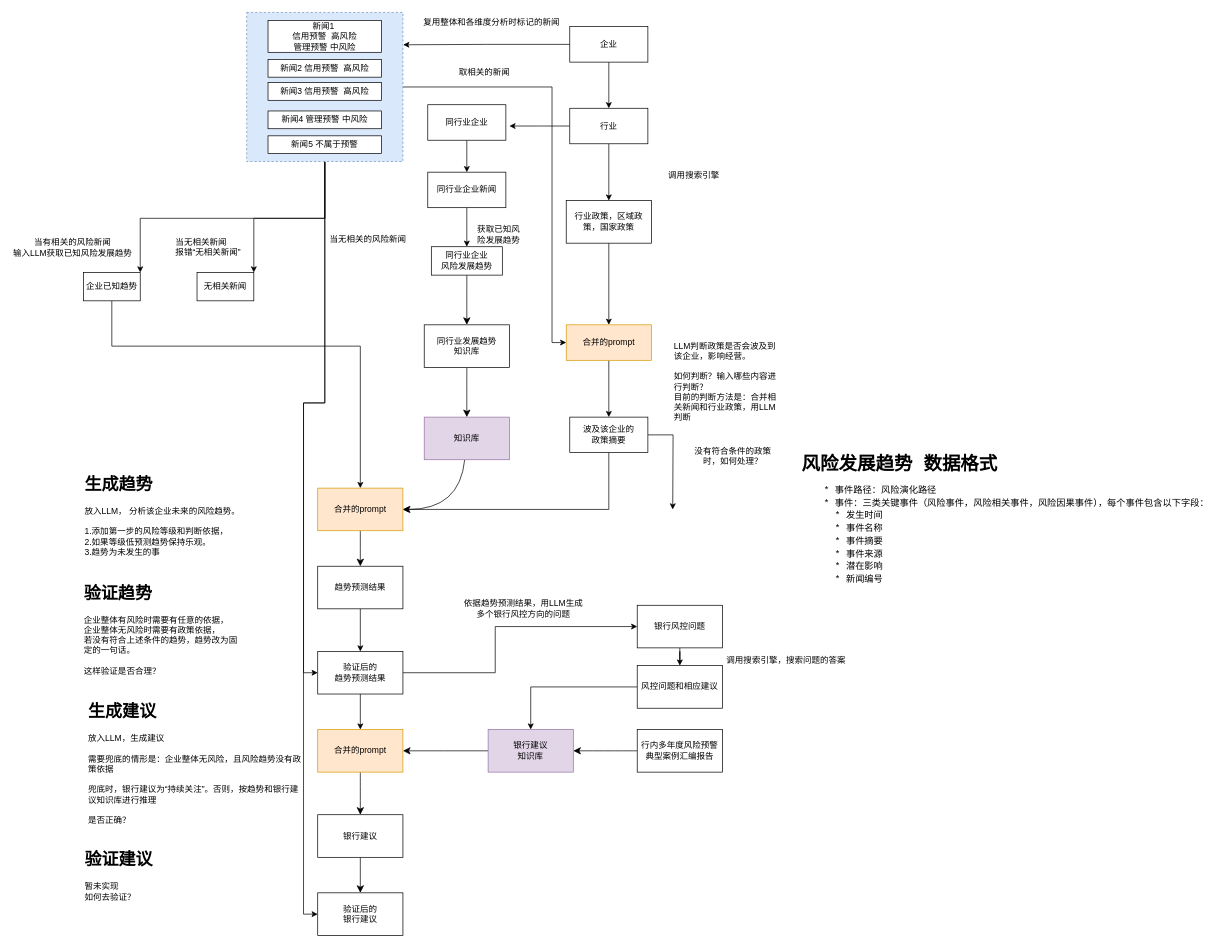
Before: page "趋势预测" (1 of 2) of 舆情分析.drawio in brothermaster/draw, a draw.io diagram. Source tidied: cells renumbered, new cells numbered last; positions are measured from the earlier drawing's top-left corner, leaving out a move shared by most shapes. Both pictures are drawn from the tidied source at 71%, with x=0, y=0 at pixel (12, 12).
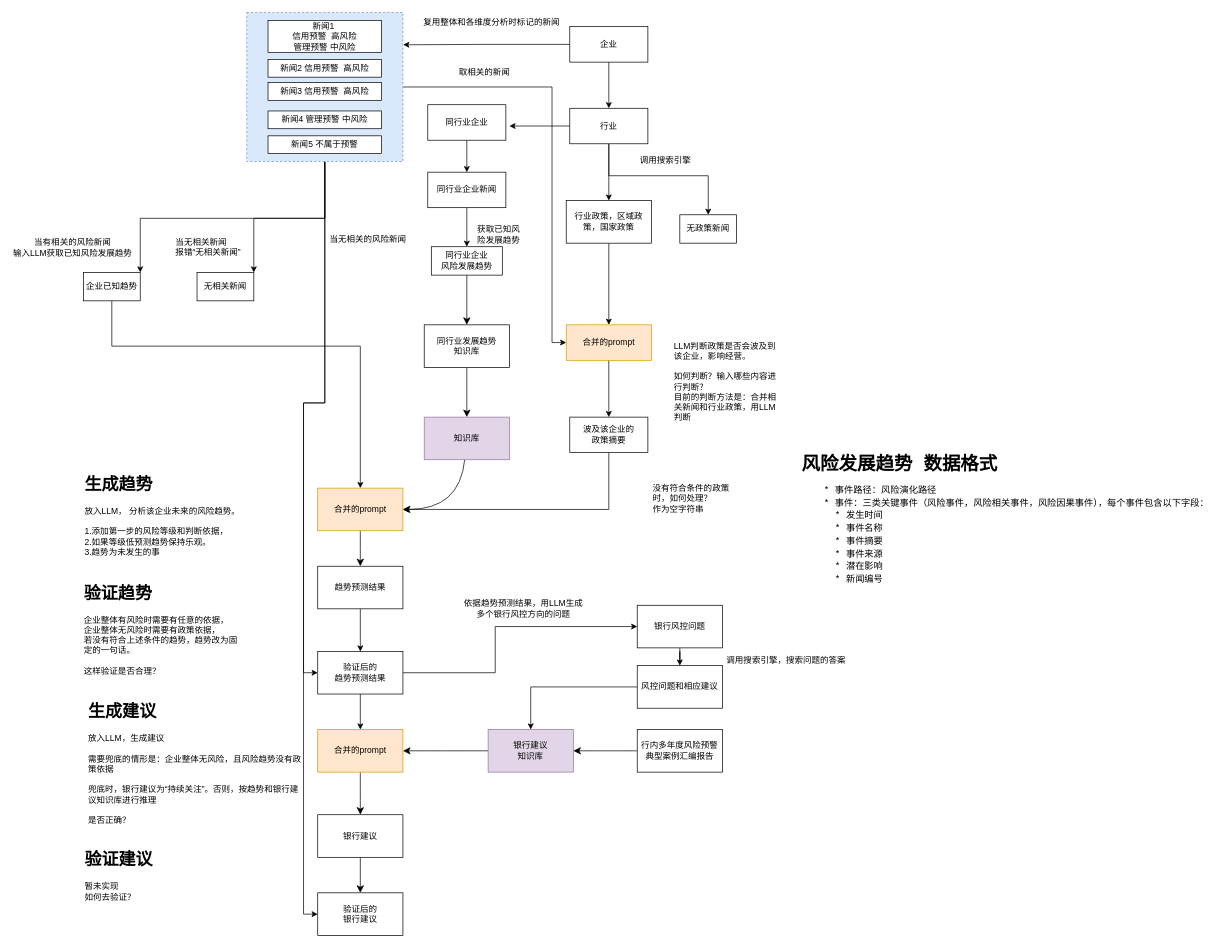
Above is the later version.

The change refers to these unchanged cells:
```xml
<mxCell id="46" value="行业" style="html=1;whiteSpace=wrap;" parent="1" vertex="1">
  <mxGeometry x="785" y="135" width="110" height="50" as="geometry" />
</mxCell>
<mxCell id="73" value="波及该企业的&lt;br&gt;政策摘要" style="html=1;whiteSpace=wrap;" parent="1" vertex="1">
  <mxGeometry x="785" y="570" width="110" height="50" as="geometry" />
</mxCell>
```

Diff of the diagram source:
```diff
@@
+    <mxCell id="76" style="edgeStyle=orthogonalEdgeStyle;rounded=0;jettySize=auto;html=1;entryX=0.5;entryY=0;entryDx=0;entryDy=0;" parent="1" edge="1" source="46" target="77">
+      <mxGeometry relative="1" as="geometry">
+        <Array as="points">
+          <mxPoint x="840" y="230" />
+          <mxPoint x="980" y="230" />
+        </Array>
+      </mxGeometry>
+    </mxCell>
@@
     <mxCell id="49" value="&lt;span&gt;&lt;font&gt;&lt;font style=&quot;color: rgb(0, 0, 0);&quot;&gt;调用搜索引擎&lt;/font&gt;&lt;/font&gt;&lt;/span&gt;" style="text;html=1;align=center;verticalAlign=middle;whiteSpace=wrap;rounded=0;" parent="1" vertex="1">
-      <mxGeometry x="850" y="220" width="220" height="20" as="geometry" />
+      <mxGeometry x="860" y="198.8" width="120" height="21.2" as="geometry" />
     </mxCell>
@@
-    <mxCell id="72" style="edgeStyle=orthogonalEdgeStyle;rounded=0;jettySize=auto;html=1;" parent="1" edge="1" source="73">
-      <mxGeometry relative="1" as="geometry">
-        <mxPoint x="930" y="700" as="targetPoint" />
-      </mxGeometry>
-    </mxCell>
@@
-    <mxCell id="75" value="没有符合条件的政策时，如何处理？" style="text;html=1;align=center;verticalAlign=middle;whiteSpace=wrap;rounded=0;" parent="1" vertex="1">
-      <mxGeometry x="950" y="610" width="130" height="30" as="geometry" />
+    <mxCell id="75" value="没有符合条件的政策时，如何处理？&lt;div&gt;作为空字符串&lt;/div&gt;" style="text;html=1;align=left;verticalAlign=middle;whiteSpace=wrap;rounded=0;" parent="1" vertex="1">
+      <mxGeometry x="900" y="670" width="130" height="30" as="geometry" />
     </mxCell>
+    <mxCell id="77" value="无政策新闻" style="html=1;whiteSpace=wrap;" parent="1" vertex="1">
+      <mxGeometry x="940" y="285" width="80" height="40" as="geometry" />
+    </mxCell>
```
